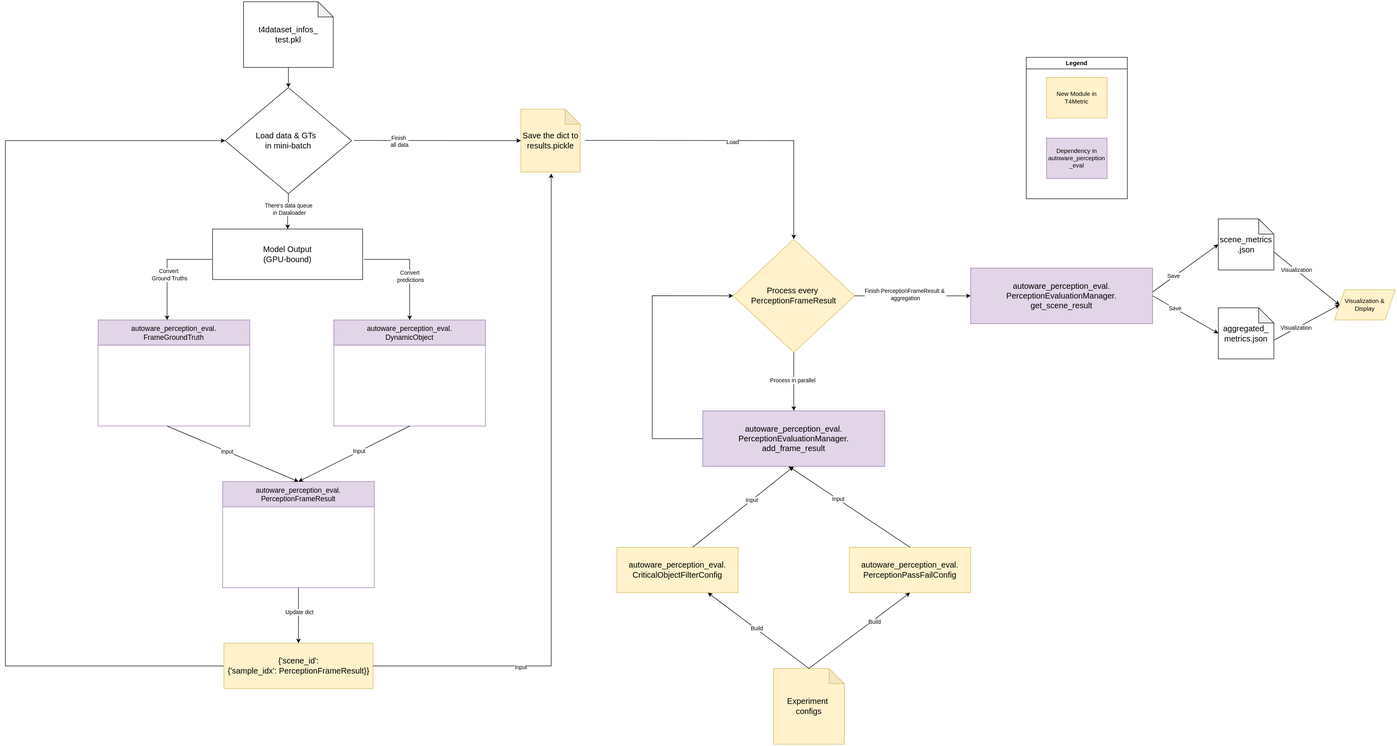
Before: docs/fig/awml_evaluation_architecture.drawio.svg, a diagram exported from draw.io (tier4/AWML). Source tidied: cells renumbered, new cells last; positions are measured from the earlier drawing's top-left corner, leaving out a move shared by most shapes.
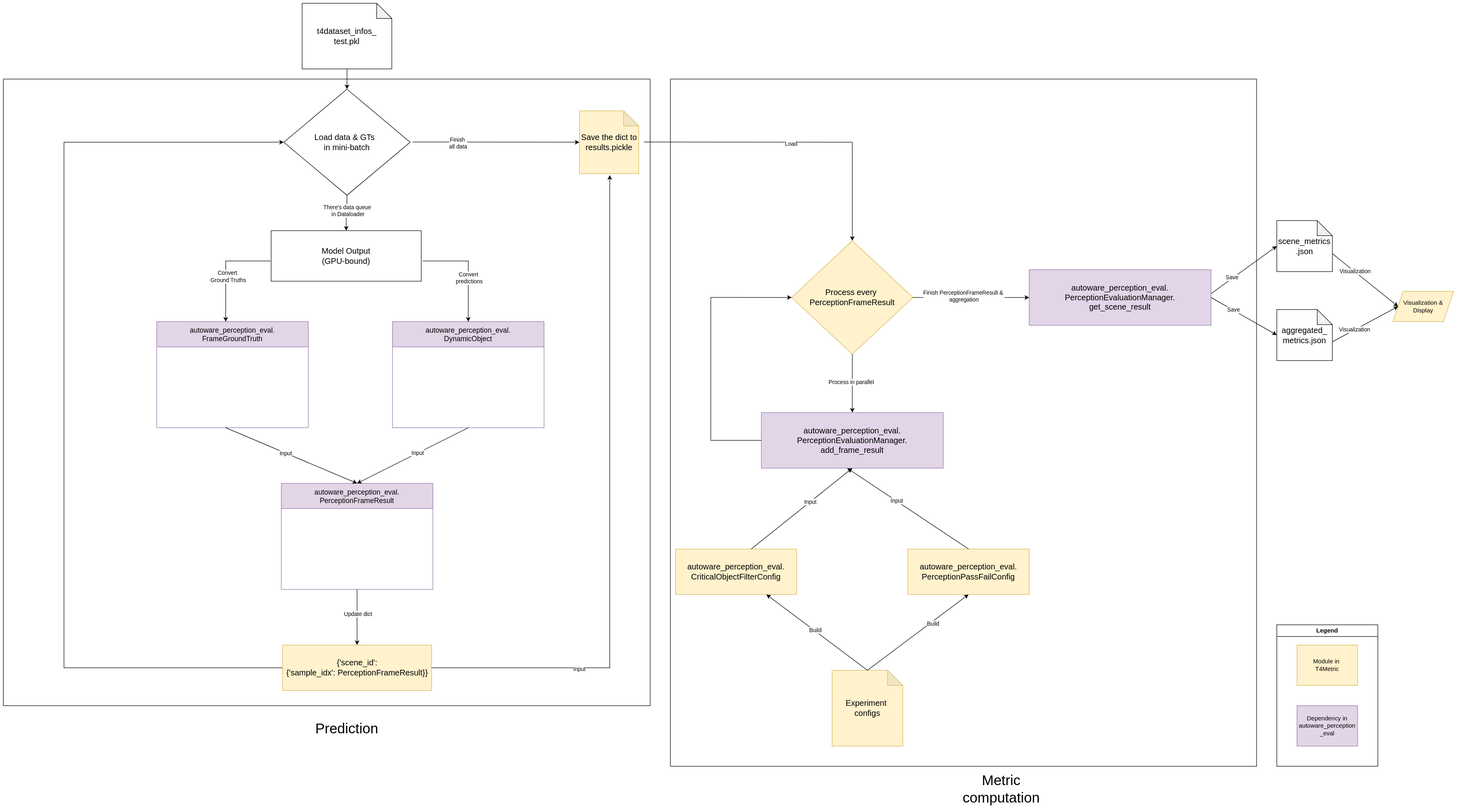
The same diagram one commit later.

Commit message:
Add evaluation architecture design doc

Change to the diagram source:
```diff
@@ -189,9 +189,9 @@
       <mxGeometry x="2630" y="570" width="120" height="60" as="geometry" />
     </mxCell>
     <mxCell id="50" value="Legend" style="swimlane;whiteSpace=wrap;html=1;" parent="1" vertex="1">
-      <mxGeometry x="2020" y="110" width="200" height="280" as="geometry" />
+      <mxGeometry x="2400" y="1230" width="200" height="280" as="geometry" />
     </mxCell>
-    <mxCell id="51" value="New Module in T4Metric" style="rounded=0;whiteSpace=wrap;html=1;fillColor=#fff2cc;strokeColor=#d6b656;" parent="50" vertex="1">
+    <mxCell id="51" value="Module in&amp;nbsp;&lt;div&gt;T4Metric&lt;/div&gt;" style="rounded=0;whiteSpace=wrap;html=1;fillColor=#fff2cc;strokeColor=#d6b656;" parent="50" vertex="1">
       <mxGeometry x="40" y="40" width="120" height="80" as="geometry" />
     </mxCell>
     <mxCell id="52" value="Dependency in autoware_perception&lt;div&gt;_eval&lt;/div&gt;" style="rounded=0;whiteSpace=wrap;html=1;fillColor=#e1d5e7;strokeColor=#9673a6;" parent="50" vertex="1">
@@ -242,5 +242,17 @@
         <mxPoint y="1" as="offset" />
       </mxGeometry>
     </mxCell>
+    <mxCell id="63" style="rounded=0;whiteSpace=wrap;html=1;fillColor=none;" parent="1" vertex="1">
+      <mxGeometry x="-120" y="150" width="1280" height="1240" as="geometry" />
+    </mxCell>
+    <mxCell id="64" value="&lt;font style=&quot;font-size: 28px;&quot;&gt;Prediction&lt;/font&gt;" style="text;html=1;align=center;verticalAlign=middle;whiteSpace=wrap;rounded=0;" parent="1" vertex="1">
+      <mxGeometry x="495" y="1410" width="130" height="50" as="geometry" />
+    </mxCell>
+    <mxCell id="65" style="rounded=0;whiteSpace=wrap;html=1;fillColor=none;" parent="1" vertex="1">
+      <mxGeometry x="1200" y="150" width="1160" height="1360" as="geometry" />
+    </mxCell>
+    <mxCell id="66" value="&lt;font style=&quot;font-size: 28px;&quot;&gt;Metric computation&lt;/font&gt;" style="text;html=1;align=center;verticalAlign=middle;whiteSpace=wrap;rounded=0;" parent="1" vertex="1">
+      <mxGeometry x="1790" y="1530" width="130" height="50" as="geometry" />
+    </mxCell>
   </root>
 </mxGraphModel>
```
